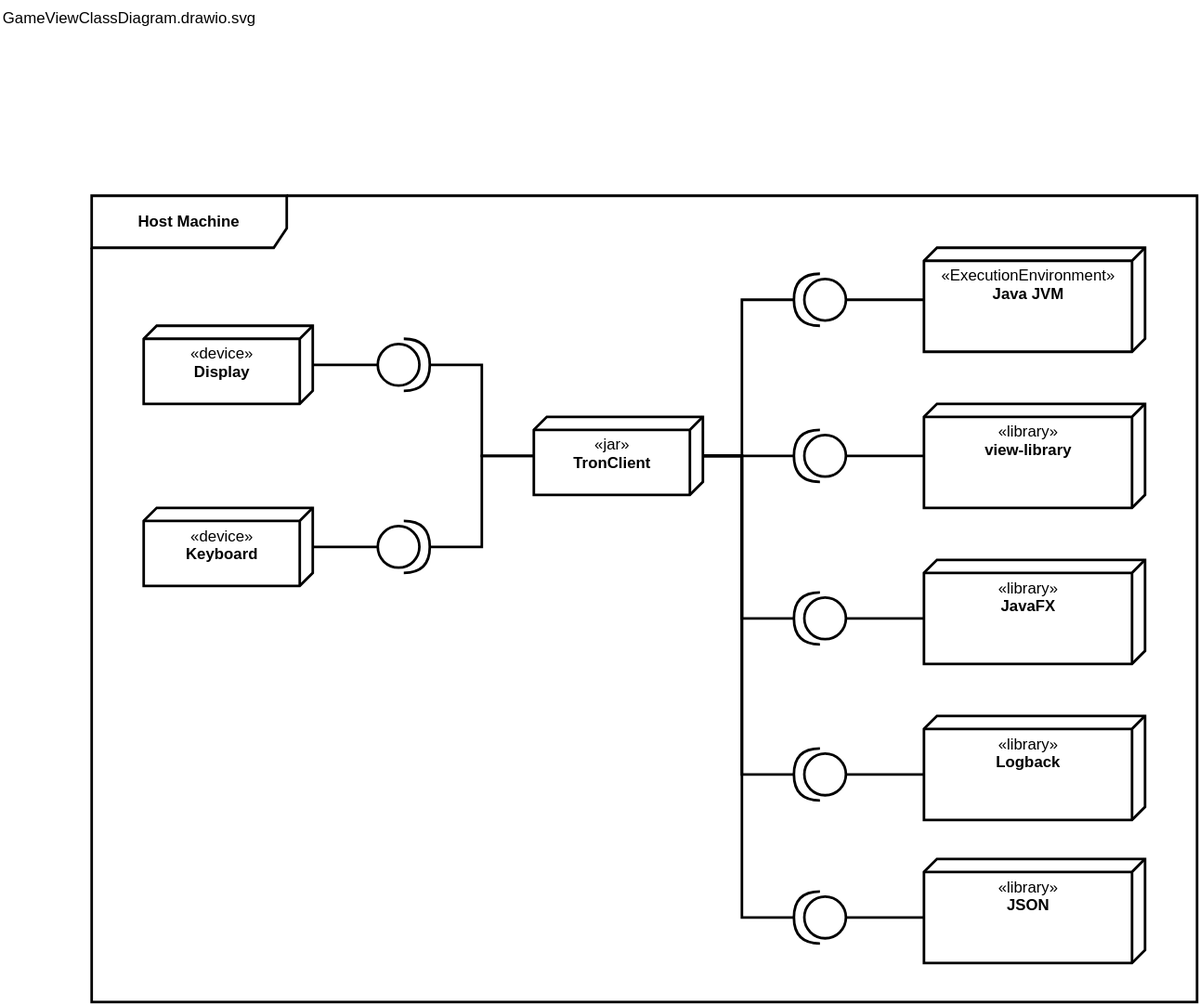
HaniAlshikh/tron keeps this draw.io diagram as docs/application/diagrams/TechnicalContext.drawio.svg. Above is the earlier version. Source tidied: cells renumbered, new cells last; positions are measured from the earlier drawing's top-left corner, leaving out a move shared by most shapes.
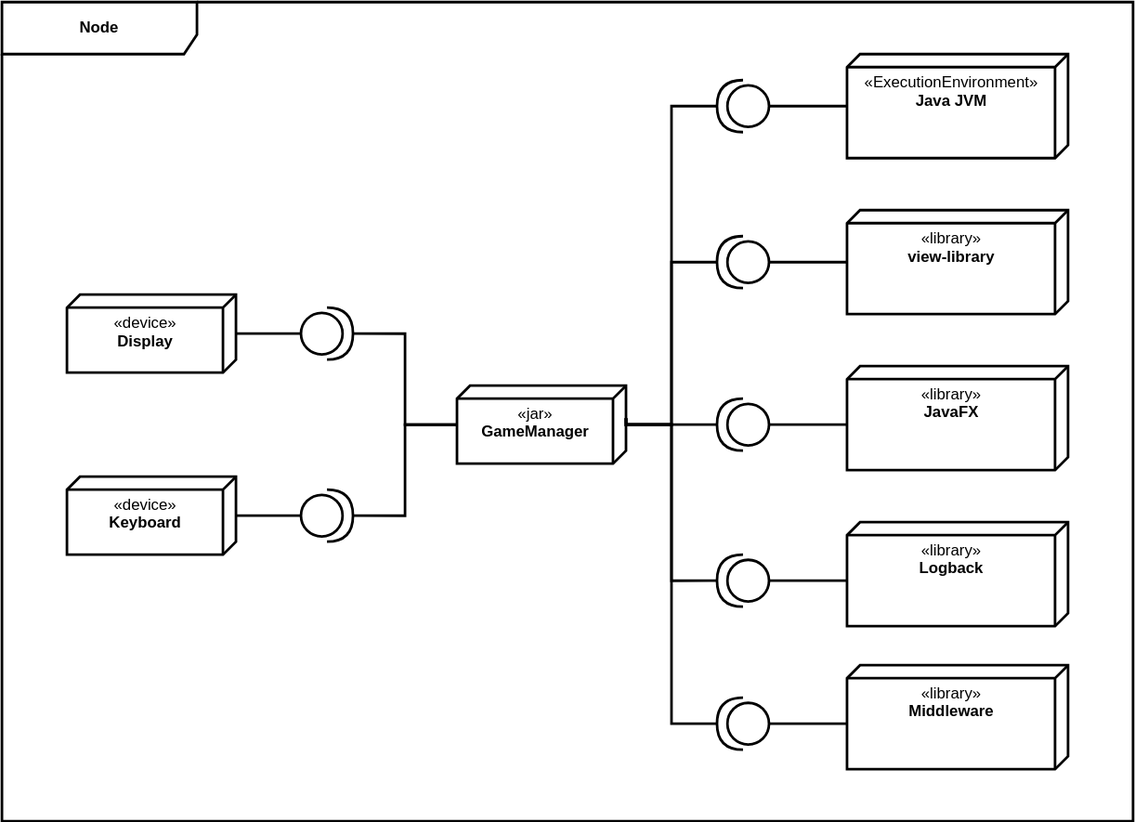
The same file after the commit.

What changed in the source:
```diff
@@ -2,20 +2,20 @@
   <root>
     <mxCell id="0" />
     <mxCell id="1" parent="0" />
-    <mxCell id="2" value="&lt;b&gt;Host Machine&lt;/b&gt;" style="shape=umlFrame;whiteSpace=wrap;html=1;fontFamily=Helvetica;strokeWidth=2;align=center;verticalAlign=middle;width=150;height=40;" parent="1" vertex="1">
-      <mxGeometry x="70" y="150" width="850" height="620" as="geometry" />
+    <mxCell id="2" value="&lt;b&gt;Node&lt;/b&gt;" style="shape=umlFrame;whiteSpace=wrap;html=1;fontFamily=Helvetica;strokeWidth=2;align=center;verticalAlign=middle;width=150;height=40;" parent="1" vertex="1">
+      <mxGeometry x="60" y="150" width="870" height="630" as="geometry" />
     </mxCell>
     <mxCell id="3" style="edgeStyle=orthogonalEdgeStyle;rounded=0;jettySize=auto;html=1;entryX=0;entryY=0.5;entryDx=0;entryDy=0;entryPerimeter=0;fontFamily=Helvetica;fontSize=12;endArrow=none;endFill=0;strokeWidth=2;" parent="1" edge="1" source="4" target="23">
       <mxGeometry relative="1" as="geometry" />
     </mxCell>
     <mxCell id="4" value="«device»&lt;br&gt;&lt;b&gt;Keyboard&lt;/b&gt;" style="verticalAlign=top;align=center;spacingTop=8;spacingLeft=2;spacingRight=12;shape=cube;size=10;direction=south;fontStyle=0;html=1;strokeWidth=2;" parent="1" vertex="1">
-      <mxGeometry x="110" y="390" width="130" height="60" as="geometry" />
+      <mxGeometry x="110" y="515" width="130" height="60" as="geometry" />
     </mxCell>
     <mxCell id="5" style="edgeStyle=orthogonalEdgeStyle;rounded=0;jettySize=auto;html=1;entryX=0;entryY=0.5;entryDx=0;entryDy=0;entryPerimeter=0;fontFamily=Helvetica;fontSize=12;endArrow=none;endFill=0;strokeWidth=2;" parent="1" edge="1" source="6" target="22">
       <mxGeometry relative="1" as="geometry" />
     </mxCell>
     <mxCell id="6" value="«device»&lt;br&gt;&lt;b&gt;Display&lt;/b&gt;" style="verticalAlign=top;align=center;spacingTop=8;spacingLeft=2;spacingRight=12;shape=cube;size=10;direction=south;fontStyle=0;html=1;strokeWidth=2;" parent="1" vertex="1">
-      <mxGeometry x="110" y="250" width="130" height="60" as="geometry" />
+      <mxGeometry x="110" y="375" width="130" height="60" as="geometry" />
     </mxCell>
     <mxCell id="7" style="edgeStyle=orthogonalEdgeStyle;rounded=0;jettySize=auto;html=1;entryX=0;entryY=0.5;entryDx=0;entryDy=0;entryPerimeter=0;fontFamily=Helvetica;fontSize=12;endArrow=none;endFill=0;strokeWidth=2;" parent="1" edge="1" source="8" target="19">
       <mxGeometry relative="1" as="geometry" />
@@ -38,83 +38,83 @@
     <mxCell id="13" style="edgeStyle=orthogonalEdgeStyle;rounded=0;jettySize=auto;html=1;entryX=1;entryY=0.5;entryDx=0;entryDy=0;entryPerimeter=0;fontFamily=Helvetica;fontSize=12;endArrow=none;endFill=0;strokeWidth=2;" parent="1" edge="1" source="17" target="23">
       <mxGeometry relative="1" as="geometry" />
     </mxCell>
-    <mxCell id="14" style="edgeStyle=orthogonalEdgeStyle;rounded=0;jettySize=auto;html=1;entryX=1;entryY=0.5;entryDx=0;entryDy=0;entryPerimeter=0;fontFamily=Helvetica;fontSize=12;endArrow=none;endFill=0;strokeWidth=2;" parent="1" edge="1" source="17" target="18">
-      <mxGeometry relative="1" as="geometry">
-        <Array as="points">
-          <mxPoint x="570" y="350" />
-          <mxPoint x="570" y="230" />
-        </Array>
-      </mxGeometry>
-    </mxCell>
-    <mxCell id="15" style="edgeStyle=orthogonalEdgeStyle;rounded=0;jettySize=auto;html=1;entryX=1;entryY=0.5;entryDx=0;entryDy=0;entryPerimeter=0;fontFamily=Helvetica;fontSize=12;endArrow=none;endFill=0;strokeWidth=2;" parent="1" edge="1" source="17" target="19">
-      <mxGeometry relative="1" as="geometry" />
-    </mxCell>
-    <mxCell id="16" style="edgeStyle=orthogonalEdgeStyle;rounded=0;jettySize=auto;html=1;entryX=1;entryY=0.5;entryDx=0;entryDy=0;entryPerimeter=0;fontFamily=Helvetica;fontSize=12;endArrow=none;endFill=0;strokeWidth=2;" parent="1" edge="1" source="17" target="21">
-      <mxGeometry relative="1" as="geometry">
-        <Array as="points">
-          <mxPoint x="570" y="350" />
-          <mxPoint x="570" y="475" />
-        </Array>
-      </mxGeometry>
-    </mxCell>
-    <mxCell id="17" value="«jar»&lt;br&gt;&lt;b&gt;TronClient&lt;/b&gt;" style="verticalAlign=top;align=center;spacingTop=8;spacingLeft=2;spacingRight=12;shape=cube;size=10;direction=south;fontStyle=0;html=1;strokeWidth=2;" parent="1" vertex="1">
-      <mxGeometry x="410" y="320" width="130" height="60" as="geometry" />
+    <mxCell id="17" value="«jar»&lt;br&gt;&lt;b&gt;GameManager&lt;/b&gt;" style="verticalAlign=top;align=center;spacingTop=8;spacingLeft=2;spacingRight=12;shape=cube;size=10;direction=south;fontStyle=0;html=1;strokeWidth=2;" parent="1" vertex="1">
+      <mxGeometry x="410" y="445" width="130" height="60" as="geometry" />
     </mxCell>
+    <mxCell id="33" style="edgeStyle=orthogonalEdgeStyle;shape=connector;rounded=0;html=1;labelBackgroundColor=default;fontFamily=Helvetica;fontSize=11;fontColor=default;endArrow=none;endFill=0;strokeColor=default;strokeWidth=2;entryX=0;entryY=0;entryDx=25;entryDy=0;entryPerimeter=0;" parent="1" edge="1" source="18" target="17">
+      <mxGeometry relative="1" as="geometry">
+        <Array as="points">
+          <mxPoint x="575" y="230" />
+          <mxPoint x="575" y="475" />
+          <mxPoint x="540" y="475" />
+        </Array>
+      </mxGeometry>
+    </mxCell>
     <mxCell id="18" style="shape=providedRequiredInterface;html=1;verticalLabelPosition=bottom;sketch=0;fontFamily=Helvetica;fontSize=12;strokeWidth=2;align=center;verticalAlign=middle;rotation=-180;" parent="1" vertex="1">
       <mxGeometry x="610" y="210" width="40" height="40" as="geometry" />
     </mxCell>
+    <mxCell id="34" style="edgeStyle=orthogonalEdgeStyle;shape=connector;rounded=0;html=1;entryX=0;entryY=0;entryDx=25;entryDy=0;entryPerimeter=0;labelBackgroundColor=default;fontFamily=Helvetica;fontSize=11;fontColor=default;endArrow=none;endFill=0;strokeColor=default;strokeWidth=2;" parent="1" edge="1" source="19" target="17">
+      <mxGeometry relative="1" as="geometry">
+        <Array as="points">
+          <mxPoint x="575" y="350" />
+          <mxPoint x="575" y="475" />
+          <mxPoint x="540" y="475" />
+        </Array>
+      </mxGeometry>
+    </mxCell>
     <mxCell id="19" style="shape=providedRequiredInterface;html=1;verticalLabelPosition=bottom;sketch=0;fontFamily=Helvetica;fontSize=12;strokeWidth=2;align=center;verticalAlign=middle;rotation=-180;" parent="1" vertex="1">
       <mxGeometry x="610" y="330" width="40" height="40" as="geometry" />
     </mxCell>
     <mxCell id="20" style="edgeStyle=orthogonalEdgeStyle;rounded=0;jettySize=auto;html=1;entryX=0;entryY=0;entryDx=45;entryDy=170;entryPerimeter=0;fontFamily=Helvetica;fontSize=12;endArrow=none;endFill=0;strokeWidth=2;" parent="1" edge="1" source="21" target="11">
       <mxGeometry relative="1" as="geometry" />
     </mxCell>
+    <mxCell id="35" style="edgeStyle=orthogonalEdgeStyle;shape=connector;rounded=0;html=1;labelBackgroundColor=default;fontFamily=Helvetica;fontSize=11;fontColor=default;endArrow=none;endFill=0;strokeColor=default;strokeWidth=2;" parent="1" edge="1" source="21" target="17">
+      <mxGeometry relative="1" as="geometry" />
+    </mxCell>
     <mxCell id="21" style="shape=providedRequiredInterface;html=1;verticalLabelPosition=bottom;sketch=0;fontFamily=Helvetica;fontSize=12;strokeWidth=2;align=center;verticalAlign=middle;rotation=-180;" parent="1" vertex="1">
       <mxGeometry x="610" y="455" width="40" height="40" as="geometry" />
     </mxCell>
     <mxCell id="22" style="shape=providedRequiredInterface;html=1;verticalLabelPosition=bottom;sketch=0;fontFamily=Helvetica;fontSize=12;strokeWidth=2;align=center;verticalAlign=middle;rotation=0;" parent="1" vertex="1">
-      <mxGeometry x="290" y="260" width="40" height="40" as="geometry" />
+      <mxGeometry x="290" y="385" width="40" height="40" as="geometry" />
     </mxCell>
     <mxCell id="23" style="shape=providedRequiredInterface;html=1;verticalLabelPosition=bottom;sketch=0;fontFamily=Helvetica;fontSize=12;strokeWidth=2;align=center;verticalAlign=middle;rotation=0;" parent="1" vertex="1">
-      <mxGeometry x="290" y="400" width="40" height="40" as="geometry" />
+      <mxGeometry x="290" y="525" width="40" height="40" as="geometry" />
     </mxCell>
     <mxCell id="24" value="«library»&lt;br&gt;&lt;b&gt;Logback&lt;/b&gt;" style="verticalAlign=top;align=center;spacingTop=8;spacingLeft=2;spacingRight=12;shape=cube;size=10;direction=south;fontStyle=0;html=1;strokeWidth=2;" parent="1" vertex="1">
       <mxGeometry x="710" y="550" width="170" height="80" as="geometry" />
     </mxCell>
-    <mxCell id="25" style="edgeStyle=orthogonalEdgeStyle;html=1;strokeWidth=2;endArrow=none;endFill=0;rounded=0;" parent="1" edge="1" source="27">
-      <mxGeometry relative="1" as="geometry">
-        <mxPoint x="540" y="350" as="targetPoint" />
-        <Array as="points">
-          <mxPoint x="570" y="595" />
-          <mxPoint x="570" y="350" />
-        </Array>
-      </mxGeometry>
-    </mxCell>
     <mxCell id="26" style="edgeStyle=orthogonalEdgeStyle;rounded=0;html=1;entryX=0;entryY=0;entryDx=45;entryDy=170;entryPerimeter=0;endArrow=none;endFill=0;strokeWidth=2;" parent="1" edge="1" source="27" target="24">
       <mxGeometry relative="1" as="geometry" />
     </mxCell>
+    <mxCell id="36" style="edgeStyle=orthogonalEdgeStyle;shape=connector;rounded=0;html=1;entryX=0;entryY=0;entryDx=25;entryDy=0;entryPerimeter=0;labelBackgroundColor=default;fontFamily=Helvetica;fontSize=11;fontColor=default;endArrow=none;endFill=0;strokeColor=default;strokeWidth=2;" parent="1" edge="1" source="27" target="17">
+      <mxGeometry relative="1" as="geometry">
+        <Array as="points">
+          <mxPoint x="575" y="595" />
+          <mxPoint x="575" y="475" />
+          <mxPoint x="540" y="475" />
+        </Array>
+      </mxGeometry>
+    </mxCell>
     <mxCell id="27" style="shape=providedRequiredInterface;html=1;verticalLabelPosition=bottom;sketch=0;fontFamily=Helvetica;fontSize=12;strokeWidth=2;align=center;verticalAlign=middle;rotation=-180;" parent="1" vertex="1">
       <mxGeometry x="610" y="575" width="40" height="40" as="geometry" />
     </mxCell>
-    <mxCell id="28" value="«library»&lt;br&gt;&lt;b&gt;JSON&lt;/b&gt;" style="verticalAlign=top;align=center;spacingTop=8;spacingLeft=2;spacingRight=12;shape=cube;size=10;direction=south;fontStyle=0;html=1;strokeWidth=2;" parent="1" vertex="1">
+    <mxCell id="28" value="«library»&lt;br&gt;&lt;b&gt;Middleware&lt;/b&gt;" style="verticalAlign=top;align=center;spacingTop=8;spacingLeft=2;spacingRight=12;shape=cube;size=10;direction=south;fontStyle=0;html=1;strokeWidth=2;" parent="1" vertex="1">
       <mxGeometry x="710" y="660" width="170" height="80" as="geometry" />
     </mxCell>
+    <mxCell id="30" style="edgeStyle=orthogonalEdgeStyle;rounded=0;html=1;entryX=0;entryY=0;entryDx=45;entryDy=170;entryPerimeter=0;endArrow=none;endFill=0;strokeWidth=2;" parent="1" edge="1" source="31" target="28">
+      <mxGeometry relative="1" as="geometry" />
+    </mxCell>
-    <mxCell id="29" style="edgeStyle=orthogonalEdgeStyle;rounded=0;html=1;entryX=0.5;entryY=0;entryDx=0;entryDy=0;entryPerimeter=0;endArrow=none;endFill=0;strokeWidth=2;" parent="1" edge="1" source="31" target="17">
+    <mxCell id="29" style="edgeStyle=orthogonalEdgeStyle;shape=connector;rounded=0;html=1;entryX=0;entryY=0;entryDx=25;entryDy=0;entryPerimeter=0;labelBackgroundColor=default;fontFamily=Helvetica;fontSize=11;fontColor=default;endArrow=none;endFill=0;strokeColor=default;strokeWidth=2;" parent="1" edge="1" source="31" target="17">
       <mxGeometry relative="1" as="geometry">
         <Array as="points">
-          <mxPoint x="570" y="705" />
-          <mxPoint x="570" y="350" />
+          <mxPoint x="575" y="705" />
+          <mxPoint x="575" y="475" />
+          <mxPoint x="540" y="475" />
         </Array>
       </mxGeometry>
     </mxCell>
-    <mxCell id="30" style="edgeStyle=orthogonalEdgeStyle;rounded=0;html=1;entryX=0;entryY=0;entryDx=45;entryDy=170;entryPerimeter=0;endArrow=none;endFill=0;strokeWidth=2;" parent="1" edge="1" source="31" target="28">
-      <mxGeometry relative="1" as="geometry" />
-    </mxCell>
     <mxCell id="31" style="shape=providedRequiredInterface;html=1;verticalLabelPosition=bottom;sketch=0;fontFamily=Helvetica;fontSize=12;strokeWidth=2;align=center;verticalAlign=middle;rotation=-180;" parent="1" vertex="1">
       <mxGeometry x="610" y="685" width="40" height="40" as="geometry" />
     </mxCell>
-    <mxCell id="32" value="GameViewClassDiagram.drawio.svg" style="text;html=1;" parent="1" vertex="1">
-      <mxGeometry width="210" height="20" as="geometry" />
-    </mxCell>
   </root>
 </mxGraphModel>
```
